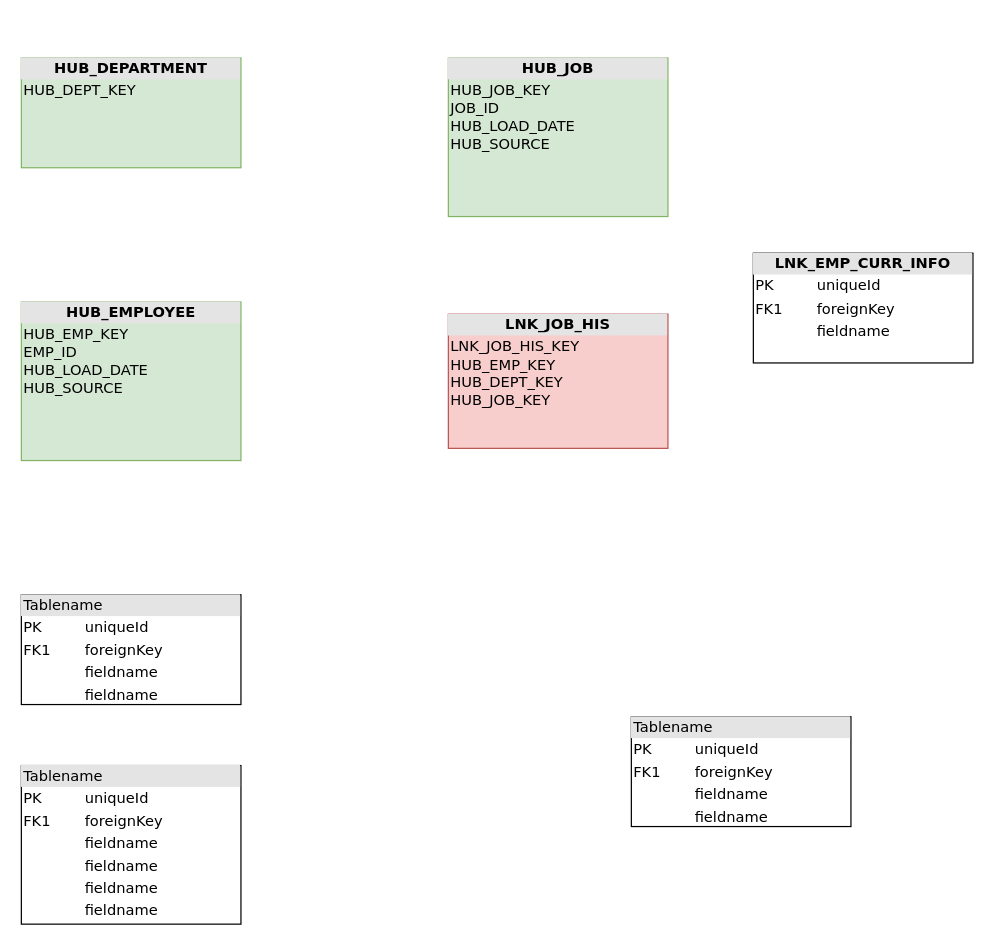
nhanhoangle/DrawIO keeps this draw.io diagram as HR_Model.drawio. Above is the earlier version. Source tidied: cells renumbered, new cells numbered last; positions are measured from the earlier drawing's top-left corner, leaving out a move shared by most shapes. Both pictures are drawn from the tidied source at 122%, with x=0, y=0 at pixel (21, 57).
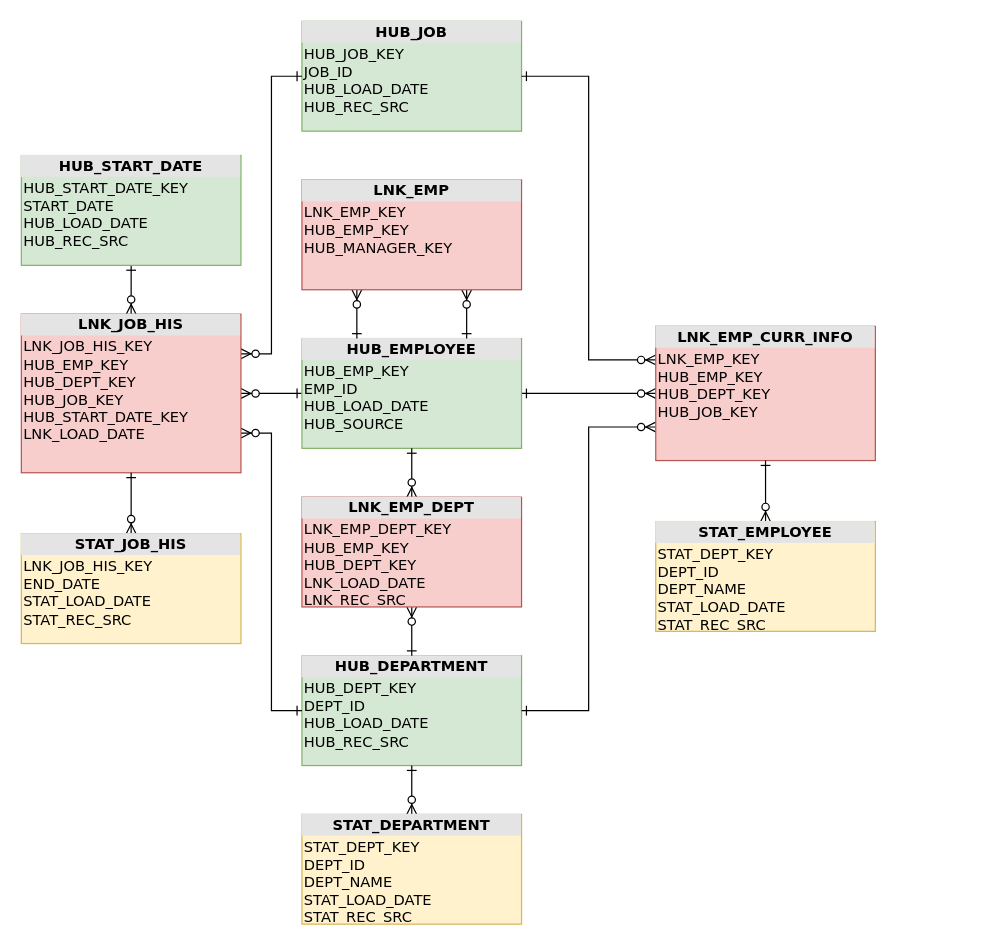
The same diagram, later.

What changed in the source:
```diff
@@
-    <mxCell id="2" value="&lt;div style=&quot;text-align: center ; box-sizing: border-box ; width: 100% ; background: rgb(228 , 228 , 228) ; padding: 2px&quot;&gt;&lt;b&gt;HUB_DEPARTMENT&lt;/b&gt;&lt;/div&gt;&lt;table style=&quot;width: 100% ; font-size: 1em&quot; cellpadding=&quot;2&quot; cellspacing=&quot;0&quot;&gt;&lt;tbody&gt;&lt;tr&gt;&lt;td&gt;HUB_DEPT_KEY&lt;/td&gt;&lt;td&gt;&lt;br&gt;&lt;/td&gt;&lt;/tr&gt;&lt;/tbody&gt;&lt;/table&gt;" style="verticalAlign=top;align=left;overflow=fill;html=1;rounded=0;shadow=0;comic=0;labelBackgroundColor=none;strokeWidth=1;fontFamily=Verdana;fontSize=12;fillColor=#d5e8d4;strokeColor=#82b366;" parent="1" vertex="1">
-      <mxGeometry width="180" height="90" as="geometry" />
+    <mxCell id="2" value="&lt;div style=&quot;text-align: center ; box-sizing: border-box ; width: 100% ; background: rgb(228 , 228 , 228) ; padding: 2px&quot;&gt;&lt;b&gt;HUB_DEPARTMENT&lt;/b&gt;&lt;/div&gt;&lt;table style=&quot;width: 100% ; font-size: 1em&quot; cellpadding=&quot;2&quot; cellspacing=&quot;0&quot;&gt;&lt;tbody&gt;&lt;tr&gt;&lt;td&gt;HUB_DEPT_KEY&lt;br&gt;DEPT_ID&lt;br&gt;HUB_LOAD_DATE&lt;br&gt;HUB_REC_SRC&lt;/td&gt;&lt;td&gt;&lt;br&gt;&lt;/td&gt;&lt;/tr&gt;&lt;/tbody&gt;&lt;/table&gt;" style="verticalAlign=top;align=left;overflow=fill;html=1;rounded=0;shadow=0;comic=0;labelBackgroundColor=none;strokeWidth=1;fontFamily=Verdana;fontSize=12;fillColor=#d5e8d4;strokeColor=#82b366;" parent="1" vertex="1">
+      <mxGeometry x="230" y="490" width="180" height="90" as="geometry" />
     </mxCell>
-    <mxCell id="3" value="&lt;div style=&quot;text-align: center ; box-sizing: border-box ; width: 100% ; background: rgb(228 , 228 , 228) ; padding: 2px&quot;&gt;&lt;b&gt;HUB_JOB&lt;/b&gt;&lt;/div&gt;&lt;table style=&quot;width: 100% ; font-size: 1em&quot; cellpadding=&quot;2&quot; cellspacing=&quot;0&quot;&gt;&lt;tbody&gt;&lt;tr&gt;&lt;td&gt;HUB_JOB_KEY&lt;br&gt;JOB_ID&lt;br&gt;HUB_LOAD_DATE&lt;br&gt;HUB_SOURCE&lt;/td&gt;&lt;td&gt;&lt;br&gt;&lt;/td&gt;&lt;/tr&gt;&lt;/tbody&gt;&lt;/table&gt;" style="verticalAlign=top;align=left;overflow=fill;html=1;rounded=0;shadow=0;comic=0;labelBackgroundColor=none;strokeWidth=1;fontFamily=Verdana;fontSize=12;fillColor=#d5e8d4;strokeColor=#82b366;" parent="1" vertex="1">
-      <mxGeometry x="350" width="180" height="130" as="geometry" />
+    <mxCell id="3" value="&lt;div style=&quot;text-align: center ; box-sizing: border-box ; width: 100% ; background: rgb(228 , 228 , 228) ; padding: 2px&quot;&gt;&lt;b&gt;HUB_JOB&lt;/b&gt;&lt;/div&gt;&lt;table style=&quot;width: 100% ; font-size: 1em&quot; cellpadding=&quot;2&quot; cellspacing=&quot;0&quot;&gt;&lt;tbody&gt;&lt;tr&gt;&lt;td&gt;HUB_JOB_KEY&lt;br&gt;JOB_ID&lt;br&gt;HUB_LOAD_DATE&lt;br&gt;HUB_REC_SRC&lt;/td&gt;&lt;td&gt;&lt;br&gt;&lt;/td&gt;&lt;/tr&gt;&lt;/tbody&gt;&lt;/table&gt;" style="verticalAlign=top;align=left;overflow=fill;html=1;rounded=0;shadow=0;comic=0;labelBackgroundColor=none;strokeWidth=1;fontFamily=Verdana;fontSize=12;fillColor=#d5e8d4;strokeColor=#82b366;" parent="1" vertex="1">
+      <mxGeometry x="230" y="-30" width="180" height="90" as="geometry" />
     </mxCell>
-    <mxCell id="4" value="&lt;div style=&quot;box-sizing: border-box ; width: 100% ; background: #e4e4e4 ; padding: 2px&quot;&gt;Tablename&lt;/div&gt;&lt;table style=&quot;width: 100% ; font-size: 1em&quot; cellpadding=&quot;2&quot; cellspacing=&quot;0&quot;&gt;&lt;tbody&gt;&lt;tr&gt;&lt;td&gt;PK&lt;/td&gt;&lt;td&gt;uniqueId&lt;/td&gt;&lt;/tr&gt;&lt;tr&gt;&lt;td&gt;FK1&lt;/td&gt;&lt;td&gt;foreignKey&lt;/td&gt;&lt;/tr&gt;&lt;tr&gt;&lt;td&gt;&lt;/td&gt;&lt;td&gt;fieldname&lt;/td&gt;&lt;/tr&gt;&lt;tr&gt;&lt;td&gt;&lt;br&gt;&lt;/td&gt;&lt;td&gt;fieldname&lt;br&gt;&lt;/td&gt;&lt;/tr&gt;&lt;/tbody&gt;&lt;/table&gt;" style="verticalAlign=top;align=left;overflow=fill;html=1;rounded=0;shadow=0;comic=0;labelBackgroundColor=none;strokeWidth=1;fontFamily=Verdana;fontSize=12;" parent="1" vertex="1">
-      <mxGeometry y="440" width="180" height="90" as="geometry" />
-    </mxCell>
-    <mxCell id="5" value="&lt;div style=&quot;box-sizing: border-box ; width: 100% ; background: #e4e4e4 ; padding: 2px&quot;&gt;Tablename&lt;/div&gt;&lt;table style=&quot;width: 100% ; font-size: 1em&quot; cellpadding=&quot;2&quot; cellspacing=&quot;0&quot;&gt;&lt;tbody&gt;&lt;tr&gt;&lt;td&gt;PK&lt;/td&gt;&lt;td&gt;uniqueId&lt;/td&gt;&lt;/tr&gt;&lt;tr&gt;&lt;td&gt;FK1&lt;/td&gt;&lt;td&gt;foreignKey&lt;/td&gt;&lt;/tr&gt;&lt;tr&gt;&lt;td&gt;&lt;/td&gt;&lt;td&gt;fieldname&lt;/td&gt;&lt;/tr&gt;&lt;tr&gt;&lt;td&gt;&lt;br&gt;&lt;/td&gt;&lt;td&gt;fieldname&lt;br&gt;&lt;/td&gt;&lt;/tr&gt;&lt;/tbody&gt;&lt;/table&gt;" style="verticalAlign=top;align=left;overflow=fill;html=1;rounded=0;shadow=0;comic=0;labelBackgroundColor=none;strokeWidth=1;fontFamily=Verdana;fontSize=12;" parent="1" vertex="1">
-      <mxGeometry x="500" y="540" width="180" height="90" as="geometry" />
-    </mxCell>
+    <mxCell id="10" style="edgeStyle=orthogonalEdgeStyle;rounded=0;jettySize=auto;html=1;exitX=0;exitY=0.25;exitDx=0;exitDy=0;entryX=1;entryY=0.5;entryDx=0;entryDy=0;startArrow=ERzeroToMany;startFill=1;endArrow=ERone;endFill=0;" parent="1" edge="1" source="6" target="3">
+      <mxGeometry relative="1" as="geometry" />
+    </mxCell>
+    <mxCell id="11" style="edgeStyle=orthogonalEdgeStyle;rounded=0;jettySize=auto;html=1;entryX=1;entryY=0.5;entryDx=0;entryDy=0;startArrow=ERzeroToMany;startFill=1;endArrow=ERone;endFill=0;" parent="1" edge="1" source="6" target="8">
+      <mxGeometry relative="1" as="geometry" />
+    </mxCell>
+    <mxCell id="12" style="edgeStyle=orthogonalEdgeStyle;rounded=0;jettySize=auto;html=1;exitX=0;exitY=0.75;exitDx=0;exitDy=0;entryX=1;entryY=0.5;entryDx=0;entryDy=0;startArrow=ERzeroToMany;startFill=1;endArrow=ERone;endFill=0;" parent="1" edge="1" source="6" target="2">
+      <mxGeometry relative="1" as="geometry" />
+    </mxCell>
-    <mxCell id="6" value="&lt;div style=&quot;text-align: center ; box-sizing: border-box ; width: 100% ; background: rgb(228 , 228 , 228) ; padding: 2px&quot;&gt;&lt;b&gt;LNK_EMP_CURR_INFO&lt;/b&gt;&lt;/div&gt;&lt;table style=&quot;width: 100% ; font-size: 1em&quot; cellpadding=&quot;2&quot; cellspacing=&quot;0&quot;&gt;&lt;tbody&gt;&lt;tr&gt;&lt;td&gt;PK&lt;/td&gt;&lt;td&gt;uniqueId&lt;/td&gt;&lt;/tr&gt;&lt;tr&gt;&lt;td&gt;FK1&lt;/td&gt;&lt;td&gt;foreignKey&lt;/td&gt;&lt;/tr&gt;&lt;tr&gt;&lt;td&gt;&lt;/td&gt;&lt;td&gt;fieldname&lt;/td&gt;&lt;/tr&gt;&lt;/tbody&gt;&lt;/table&gt;" style="verticalAlign=top;align=left;overflow=fill;html=1;rounded=0;shadow=0;comic=0;labelBackgroundColor=none;strokeWidth=1;fontFamily=Verdana;fontSize=12;" parent="1" vertex="1">
-      <mxGeometry x="600" y="160" width="180" height="90" as="geometry" />
+    <mxCell id="6" value="&lt;div style=&quot;text-align: center ; box-sizing: border-box ; width: 100% ; background: rgb(228 , 228 , 228) ; padding: 2px&quot;&gt;&lt;b&gt;LNK_EMP_CURR_INFO&lt;/b&gt;&lt;/div&gt;&lt;table style=&quot;width: 100% ; font-size: 1em&quot; cellpadding=&quot;2&quot; cellspacing=&quot;0&quot;&gt;&lt;tbody&gt;&lt;tr&gt;&lt;td&gt;LNK_EMP_KEY&lt;br&gt;HUB_EMP_KEY&lt;br&gt;HUB_DEPT_KEY&lt;br&gt;HUB_JOB_KEY&lt;/td&gt;&lt;td&gt;&lt;br&gt;&lt;/td&gt;&lt;/tr&gt;&lt;/tbody&gt;&lt;/table&gt;" style="verticalAlign=top;align=left;overflow=fill;html=1;rounded=0;shadow=0;comic=0;labelBackgroundColor=none;strokeWidth=1;fontFamily=Verdana;fontSize=12;fillColor=#f8cecc;strokeColor=#b85450;" parent="1" vertex="1">
+      <mxGeometry x="520" y="220" width="180" height="110" as="geometry" />
     </mxCell>
+    <mxCell id="13" style="edgeStyle=orthogonalEdgeStyle;rounded=0;jettySize=auto;html=1;entryX=0.5;entryY=1;entryDx=0;entryDy=0;startArrow=ERzeroToMany;startFill=1;endArrow=ERone;endFill=0;" parent="1" edge="1" source="7" target="20">
+      <mxGeometry relative="1" as="geometry" />
+    </mxCell>
+    <mxCell id="14" style="edgeStyle=orthogonalEdgeStyle;rounded=0;jettySize=auto;html=1;exitX=1;exitY=0.75;exitDx=0;exitDy=0;entryX=0;entryY=0.5;entryDx=0;entryDy=0;startArrow=ERzeroToMany;startFill=1;endArrow=ERone;endFill=0;" parent="1" edge="1" source="7" target="2">
+      <mxGeometry relative="1" as="geometry" />
+    </mxCell>
+    <mxCell id="15" style="edgeStyle=orthogonalEdgeStyle;rounded=0;jettySize=auto;html=1;startArrow=ERzeroToMany;startFill=1;endArrow=ERone;endFill=0;" parent="1" edge="1" source="7" target="8">
+      <mxGeometry relative="1" as="geometry" />
+    </mxCell>
+    <mxCell id="16" style="edgeStyle=orthogonalEdgeStyle;rounded=0;jettySize=auto;html=1;exitX=1;exitY=0.25;exitDx=0;exitDy=0;entryX=0;entryY=0.5;entryDx=0;entryDy=0;startArrow=ERzeroToMany;startFill=1;endArrow=ERone;endFill=0;" parent="1" edge="1" source="7" target="3">
+      <mxGeometry relative="1" as="geometry" />
+    </mxCell>
-    <mxCell id="7" value="&lt;div style=&quot;text-align: center ; box-sizing: border-box ; width: 100% ; background: rgb(228 , 228 , 228) ; padding: 2px&quot;&gt;&lt;b&gt;LNK_JOB_HIS&lt;/b&gt;&lt;/div&gt;&lt;table style=&quot;width: 100% ; font-size: 1em&quot; cellpadding=&quot;2&quot; cellspacing=&quot;0&quot;&gt;&lt;tbody&gt;&lt;tr&gt;&lt;td&gt;LNK_JOB_HIS_KEY&lt;br&gt;HUB_EMP_KEY&lt;br&gt;HUB_DEPT_KEY&lt;br&gt;HUB_JOB_KEY&lt;/td&gt;&lt;td&gt;&lt;br&gt;&lt;/td&gt;&lt;/tr&gt;&lt;/tbody&gt;&lt;/table&gt;" style="verticalAlign=top;align=left;overflow=fill;html=1;rounded=0;shadow=0;comic=0;labelBackgroundColor=none;strokeWidth=1;fontFamily=Verdana;fontSize=12;fillColor=#f8cecc;strokeColor=#b85450;" parent="1" vertex="1">
-      <mxGeometry x="350" y="210" width="180" height="110" as="geometry" />
+    <mxCell id="7" value="&lt;div style=&quot;text-align: center ; box-sizing: border-box ; width: 100% ; background: rgb(228 , 228 , 228) ; padding: 2px&quot;&gt;&lt;b&gt;LNK_JOB_HIS&lt;/b&gt;&lt;/div&gt;&lt;table style=&quot;width: 100% ; font-size: 1em&quot; cellpadding=&quot;2&quot; cellspacing=&quot;0&quot;&gt;&lt;tbody&gt;&lt;tr&gt;&lt;td&gt;LNK_JOB_HIS_KEY&lt;br&gt;HUB_EMP_KEY&lt;br&gt;HUB_DEPT_KEY&lt;br&gt;HUB_JOB_KEY&lt;br&gt;HUB_START_DATE_KEY&lt;br&gt;LNK_LOAD_DATE&lt;/td&gt;&lt;td&gt;&lt;br&gt;&lt;/td&gt;&lt;/tr&gt;&lt;/tbody&gt;&lt;/table&gt;" style="verticalAlign=top;align=left;overflow=fill;html=1;rounded=0;shadow=0;comic=0;labelBackgroundColor=none;strokeWidth=1;fontFamily=Verdana;fontSize=12;fillColor=#f8cecc;strokeColor=#b85450;" parent="1" vertex="1">
+      <mxGeometry y="210" width="180" height="130" as="geometry" />
     </mxCell>
     <mxCell id="8" value="&lt;div style=&quot;text-align: center ; box-sizing: border-box ; width: 100% ; background: rgb(228 , 228 , 228) ; padding: 2px&quot;&gt;&lt;b&gt;&lt;font style=&quot;font-size: 12px&quot;&gt;HUB_EMPLOYEE&lt;/font&gt;&lt;/b&gt;&lt;/div&gt;&lt;table style=&quot;width: 100%&quot; cellpadding=&quot;2&quot; cellspacing=&quot;0&quot;&gt;&lt;tbody&gt;&lt;tr&gt;&lt;td&gt;HUB_EMP_KEY&lt;br&gt;EMP_ID&lt;br&gt;HUB_LOAD_DATE&lt;br&gt;HUB_SOURCE&lt;/td&gt;&lt;td&gt;&lt;br&gt;&lt;/td&gt;&lt;/tr&gt;&lt;tr&gt;&lt;td&gt;&lt;/td&gt;&lt;td&gt;&lt;br&gt;&lt;/td&gt;&lt;/tr&gt;&lt;/tbody&gt;&lt;/table&gt;" style="verticalAlign=top;align=left;overflow=fill;html=1;rounded=0;shadow=0;comic=0;labelBackgroundColor=none;strokeWidth=1;fontFamily=Verdana;fontSize=12;fillColor=#d5e8d4;strokeColor=#82b366;" parent="1" vertex="1">
-      <mxGeometry y="200" width="180" height="130" as="geometry" />
+      <mxGeometry x="230" y="230" width="180" height="90" as="geometry" />
     </mxCell>
-    <mxCell id="9" value="&lt;div style=&quot;box-sizing: border-box ; width: 100% ; background: #e4e4e4 ; padding: 2px&quot;&gt;Tablename&lt;/div&gt;&lt;table style=&quot;width: 100% ; font-size: 1em&quot; cellpadding=&quot;2&quot; cellspacing=&quot;0&quot;&gt;&lt;tbody&gt;&lt;tr&gt;&lt;td&gt;PK&lt;/td&gt;&lt;td&gt;uniqueId&lt;/td&gt;&lt;/tr&gt;&lt;tr&gt;&lt;td&gt;FK1&lt;/td&gt;&lt;td&gt;foreignKey&lt;/td&gt;&lt;/tr&gt;&lt;tr&gt;&lt;td&gt;&lt;/td&gt;&lt;td&gt;fieldname&lt;/td&gt;&lt;/tr&gt;&lt;tr&gt;&lt;td&gt;&lt;br&gt;&lt;/td&gt;&lt;td&gt;fieldname&lt;br&gt;&lt;/td&gt;&lt;/tr&gt;&lt;tr&gt;&lt;td&gt;&lt;br&gt;&lt;/td&gt;&lt;td&gt;fieldname&lt;br&gt;&lt;/td&gt;&lt;/tr&gt;&lt;tr&gt;&lt;td&gt;&lt;br&gt;&lt;/td&gt;&lt;td&gt;fieldname&lt;br&gt;&lt;/td&gt;&lt;/tr&gt;&lt;/tbody&gt;&lt;/table&gt;" style="verticalAlign=top;align=left;overflow=fill;html=1;rounded=0;shadow=0;comic=0;labelBackgroundColor=none;strokeWidth=1;fontFamily=Verdana;fontSize=12;" parent="1" vertex="1">
-      <mxGeometry y="580" width="180" height="130" as="geometry" />
-    </mxCell>
+    <mxCell id="17" style="edgeStyle=orthogonalEdgeStyle;rounded=0;jettySize=auto;html=1;startArrow=ERzeroToMany;startFill=1;endArrow=ERone;endFill=0;" parent="1" edge="1" source="19" target="8">
+      <mxGeometry relative="1" as="geometry" />
+    </mxCell>
+    <mxCell id="18" style="edgeStyle=orthogonalEdgeStyle;rounded=0;jettySize=auto;html=1;exitX=0.5;exitY=1;exitDx=0;exitDy=0;startArrow=ERzeroToMany;startFill=1;endArrow=ERone;endFill=0;" parent="1" edge="1" source="19" target="2">
+      <mxGeometry relative="1" as="geometry" />
+    </mxCell>
+    <mxCell id="19" value="&lt;div style=&quot;text-align: center ; box-sizing: border-box ; width: 100% ; background: rgb(228 , 228 , 228) ; padding: 2px&quot;&gt;&lt;b&gt;LNK_EMP_DEPT&lt;/b&gt;&lt;/div&gt;&lt;table style=&quot;width: 100% ; font-size: 1em&quot; cellpadding=&quot;2&quot; cellspacing=&quot;0&quot;&gt;&lt;tbody&gt;&lt;tr&gt;&lt;td&gt;LNK_EMP_DEPT_KEY&lt;br&gt;HUB_EMP_KEY&lt;br&gt;HUB_DEPT_KEY&lt;br&gt;LNK_LOAD_DATE&lt;br&gt;LNK_REC_SRC&lt;br&gt;&lt;br&gt;&lt;/td&gt;&lt;td&gt;&lt;br&gt;&lt;/td&gt;&lt;/tr&gt;&lt;/tbody&gt;&lt;/table&gt;" style="verticalAlign=top;align=left;overflow=fill;html=1;rounded=0;shadow=0;comic=0;labelBackgroundColor=none;strokeWidth=1;fontFamily=Verdana;fontSize=12;fillColor=#f8cecc;strokeColor=#b85450;" parent="1" vertex="1">
+      <mxGeometry x="230" y="360" width="180" height="90" as="geometry" />
+    </mxCell>
+    <mxCell id="20" value="&lt;div style=&quot;text-align: center ; box-sizing: border-box ; width: 100% ; background: rgb(228 , 228 , 228) ; padding: 2px&quot;&gt;&lt;b&gt;&lt;font style=&quot;font-size: 12px&quot;&gt;HUB_START_DATE&lt;/font&gt;&lt;/b&gt;&lt;/div&gt;&lt;table style=&quot;width: 100%&quot; cellpadding=&quot;2&quot; cellspacing=&quot;0&quot;&gt;&lt;tbody&gt;&lt;tr&gt;&lt;td&gt;HUB_START_DATE_KEY&lt;br&gt;START_DATE&lt;br&gt;HUB_LOAD_DATE&lt;br&gt;HUB_REC_SRC&lt;/td&gt;&lt;td&gt;&lt;br&gt;&lt;/td&gt;&lt;/tr&gt;&lt;tr&gt;&lt;td&gt;&lt;/td&gt;&lt;td&gt;&lt;br&gt;&lt;/td&gt;&lt;/tr&gt;&lt;/tbody&gt;&lt;/table&gt;" style="verticalAlign=top;align=left;overflow=fill;html=1;rounded=0;shadow=0;comic=0;labelBackgroundColor=none;strokeWidth=1;fontFamily=Verdana;fontSize=12;fillColor=#d5e8d4;strokeColor=#82b366;" parent="1" vertex="1">
+      <mxGeometry y="80" width="180" height="90" as="geometry" />
+    </mxCell>
+    <mxCell id="21" style="edgeStyle=orthogonalEdgeStyle;rounded=0;jettySize=auto;html=1;entryX=0.5;entryY=1;entryDx=0;entryDy=0;startArrow=ERzeroToMany;startFill=1;endArrow=ERone;endFill=0;" parent="1" edge="1" source="22" target="7">
+      <mxGeometry relative="1" as="geometry" />
+    </mxCell>
+    <mxCell id="22" value="&lt;div style=&quot;text-align: center ; box-sizing: border-box ; width: 100% ; background: rgb(228 , 228 , 228) ; padding: 2px&quot;&gt;&lt;b&gt;STAT_JOB_HIS&lt;/b&gt;&lt;/div&gt;&lt;table style=&quot;width: 100% ; font-size: 1em&quot; cellpadding=&quot;2&quot; cellspacing=&quot;0&quot;&gt;&lt;tbody&gt;&lt;tr&gt;&lt;td&gt;LNK_JOB_HIS_KEY&lt;br&gt;END_DATE&lt;br&gt;STAT_LOAD_DATE&lt;br&gt;STAT_REC_SRC&lt;br&gt;&lt;br&gt;&lt;/td&gt;&lt;td&gt;&lt;br&gt;&lt;/td&gt;&lt;/tr&gt;&lt;/tbody&gt;&lt;/table&gt;" style="verticalAlign=top;align=left;overflow=fill;html=1;rounded=0;shadow=0;comic=0;labelBackgroundColor=none;strokeWidth=1;fontFamily=Verdana;fontSize=12;fillColor=#fff2cc;strokeColor=#d6b656;" parent="1" vertex="1">
+      <mxGeometry y="390" width="180" height="90" as="geometry" />
+    </mxCell>
+    <mxCell id="23" style="edgeStyle=orthogonalEdgeStyle;rounded=0;jettySize=auto;html=1;exitX=0.5;exitY=0;exitDx=0;exitDy=0;entryX=0.5;entryY=1;entryDx=0;entryDy=0;startArrow=ERzeroToMany;startFill=1;endArrow=ERone;endFill=0;" parent="1" edge="1" source="24" target="2">
+      <mxGeometry relative="1" as="geometry" />
+    </mxCell>
+    <mxCell id="24" value="&lt;div style=&quot;text-align: center ; box-sizing: border-box ; width: 100% ; background: rgb(228 , 228 , 228) ; padding: 2px&quot;&gt;&lt;b&gt;STAT_DEPARTMENT&lt;/b&gt;&lt;/div&gt;&lt;table style=&quot;width: 100% ; font-size: 1em&quot; cellpadding=&quot;2&quot; cellspacing=&quot;0&quot;&gt;&lt;tbody&gt;&lt;tr&gt;&lt;td&gt;STAT_DEPT_KEY&lt;br&gt;DEPT_ID&lt;br&gt;DEPT_NAME&lt;br&gt;STAT_LOAD_DATE&lt;br&gt;STAT_REC_SRC&lt;br&gt;&lt;br&gt;&lt;/td&gt;&lt;td&gt;&lt;br&gt;&lt;/td&gt;&lt;/tr&gt;&lt;/tbody&gt;&lt;/table&gt;" style="verticalAlign=top;align=left;overflow=fill;html=1;rounded=0;shadow=0;comic=0;labelBackgroundColor=none;strokeWidth=1;fontFamily=Verdana;fontSize=12;fillColor=#fff2cc;strokeColor=#d6b656;" parent="1" vertex="1">
+      <mxGeometry x="230" y="620" width="180" height="90" as="geometry" />
+    </mxCell>
+    <mxCell id="25" style="edgeStyle=orthogonalEdgeStyle;rounded=0;jettySize=auto;html=1;entryX=0.5;entryY=1;entryDx=0;entryDy=0;startArrow=ERzeroToMany;startFill=1;endArrow=ERone;endFill=0;" parent="1" edge="1" source="26" target="6">
+      <mxGeometry relative="1" as="geometry" />
+    </mxCell>
+    <mxCell id="26" value="&lt;div style=&quot;text-align: center ; box-sizing: border-box ; width: 100% ; background: rgb(228 , 228 , 228) ; padding: 2px&quot;&gt;&lt;b&gt;STAT_EMPLOYEE&lt;/b&gt;&lt;/div&gt;&lt;table style=&quot;width: 100% ; font-size: 1em&quot; cellpadding=&quot;2&quot; cellspacing=&quot;0&quot;&gt;&lt;tbody&gt;&lt;tr&gt;&lt;td&gt;STAT_DEPT_KEY&lt;br&gt;DEPT_ID&lt;br&gt;DEPT_NAME&lt;br&gt;STAT_LOAD_DATE&lt;br&gt;STAT_REC_SRC&lt;br&gt;&lt;br&gt;&lt;/td&gt;&lt;td&gt;&lt;br&gt;&lt;/td&gt;&lt;/tr&gt;&lt;/tbody&gt;&lt;/table&gt;" style="verticalAlign=top;align=left;overflow=fill;html=1;rounded=0;shadow=0;comic=0;labelBackgroundColor=none;strokeWidth=1;fontFamily=Verdana;fontSize=12;fillColor=#fff2cc;strokeColor=#d6b656;" parent="1" vertex="1">
+      <mxGeometry x="520" y="380" width="180" height="90" as="geometry" />
+    </mxCell>
+    <mxCell id="27" style="edgeStyle=orthogonalEdgeStyle;rounded=0;jettySize=auto;html=1;exitX=0.25;exitY=1;exitDx=0;exitDy=0;entryX=0.25;entryY=0;entryDx=0;entryDy=0;startArrow=ERzeroToMany;startFill=1;endArrow=ERone;endFill=0;" parent="1" edge="1" source="29" target="8">
+      <mxGeometry relative="1" as="geometry" />
+    </mxCell>
+    <mxCell id="28" style="edgeStyle=orthogonalEdgeStyle;rounded=0;jettySize=auto;html=1;exitX=0.75;exitY=1;exitDx=0;exitDy=0;entryX=0.75;entryY=0;entryDx=0;entryDy=0;startArrow=ERzeroToMany;startFill=1;endArrow=ERone;endFill=0;" parent="1" edge="1" source="29" target="8">
+      <mxGeometry relative="1" as="geometry" />
+    </mxCell>
+    <mxCell id="29" value="&lt;div style=&quot;text-align: center ; box-sizing: border-box ; width: 100% ; background: rgb(228 , 228 , 228) ; padding: 2px&quot;&gt;&lt;b&gt;LNK_EMP&lt;/b&gt;&lt;/div&gt;&lt;table style=&quot;width: 100% ; font-size: 1em&quot; cellpadding=&quot;2&quot; cellspacing=&quot;0&quot;&gt;&lt;tbody&gt;&lt;tr&gt;&lt;td&gt;LNK_EMP_KEY&lt;br&gt;HUB_EMP_KEY&lt;br&gt;HUB_MANAGER_KEY&lt;br&gt;&lt;br&gt;&lt;/td&gt;&lt;td&gt;&lt;br&gt;&lt;/td&gt;&lt;/tr&gt;&lt;/tbody&gt;&lt;/table&gt;" style="verticalAlign=top;align=left;overflow=fill;html=1;rounded=0;shadow=0;comic=0;labelBackgroundColor=none;strokeWidth=1;fontFamily=Verdana;fontSize=12;fillColor=#f8cecc;strokeColor=#b85450;" parent="1" vertex="1">
+      <mxGeometry x="230" y="100" width="180" height="90" as="geometry" />
+    </mxCell>
```
